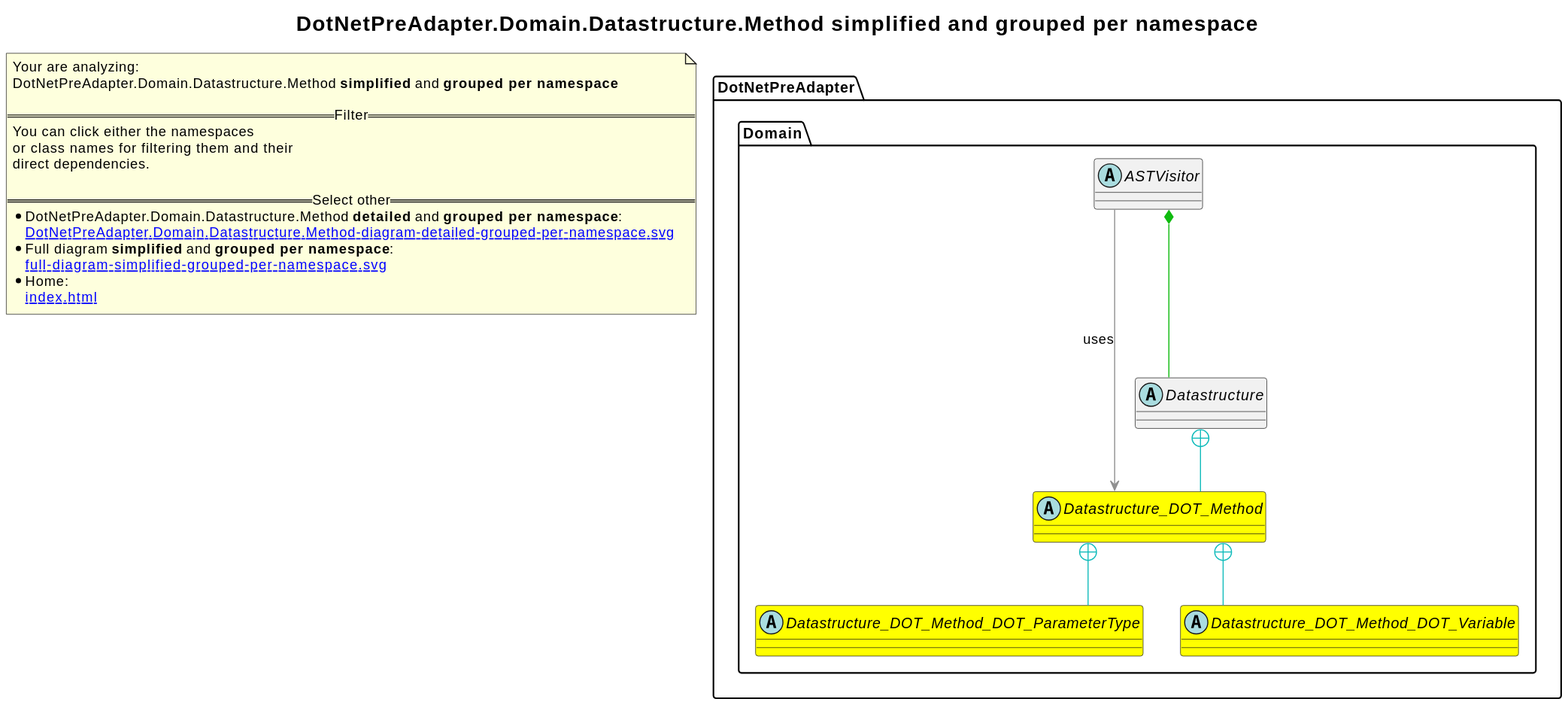
This is revenger-csharp-adapter.out/DotNetPreAdapter.Domain.Datastructure.Method-diagram-simplified-grouped-per-namespace.svg from 2BlackCoffees/revenger, a PlantUML export, as it was before one commit.
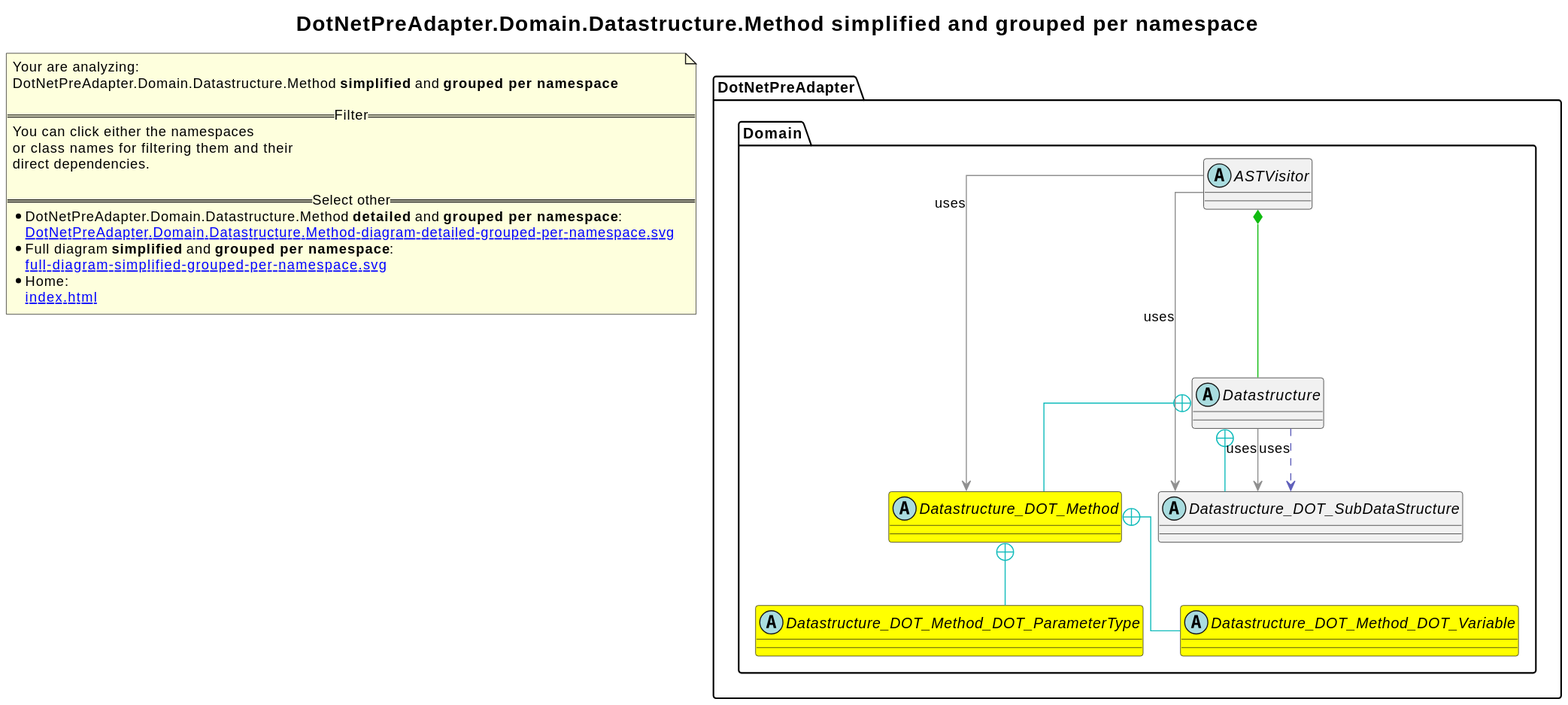
The same file after the commit.

What changed in the source:
```diff
@@ -12,6 +12,8 @@
   }
   abstract class DotNetPreAdapter.Domain.Datastructure [[DotNetPreAdapter.Domain.Datastructure-diagram-simplified-grouped-per-namespace.svg]]  {
   }
+  abstract class DotNetPreAdapter.Domain.Datastructure_DOT_SubDataStructure [[DotNetPreAdapter.Domain.Datastructure.SubDataStructure-diagram-simplified-grouped-per-namespace.svg]]  {
+  }
   abstract class DotNetPreAdapter.Domain.ASTVisitor [[DotNetPreAdapter.Domain.ASTVisitor-diagram-simplified-grouped-per-namespace.svg]]  {
   }
 }
@@ -19,6 +21,11 @@
 DotNetPreAdapter.Domain.Datastructure_DOT_Method +-[#10BBBB]- DotNetPreAdapter.Domain.Datastructure_DOT_Method_DOT_ParameterType
 DotNetPreAdapter.Domain.Datastructure_DOT_Method +-[#10BBBB]- DotNetPreAdapter.Domain.Datastructure_DOT_Method_DOT_Variable
 DotNetPreAdapter.Domain.Datastructure +-[#10BBBB]- DotNetPreAdapter.Domain.Datastructure_DOT_Method
+DotNetPreAdapter.Domain.Datastructure +-[#10BBBB]- DotNetPreAdapter.Domain.Datastructure_DOT_SubDataStructure
+DotNetPreAdapter.Domain.Datastructure .[#6060BB].> DotNetPreAdapter.Domain.Datastructure_DOT_SubDataStructure  : uses
+DotNetPreAdapter.Domain.Datastructure -[#909090]-> DotNetPreAdapter.Domain.Datastructure_DOT_SubDataStructure  : uses
+DotNetPreAdapter.Domain.Datastructure.SubDataStructure .[#6060BB].> DotNetPreAdapter.Domain.Datastructure_DOT_Method  : uses
 DotNetPreAdapter.Domain.ASTVisitor *-[#10BB10]- DotNetPreAdapter.Domain.Datastructure
+DotNetPreAdapter.Domain.ASTVisitor -[#909090]-> DotNetPreAdapter.Domain.Datastructure_DOT_SubDataStructure  : uses
 DotNetPreAdapter.Domain.ASTVisitor -[#909090]-> DotNetPreAdapter.Domain.Datastructure_DOT_Method  : uses
 @enduml
```
